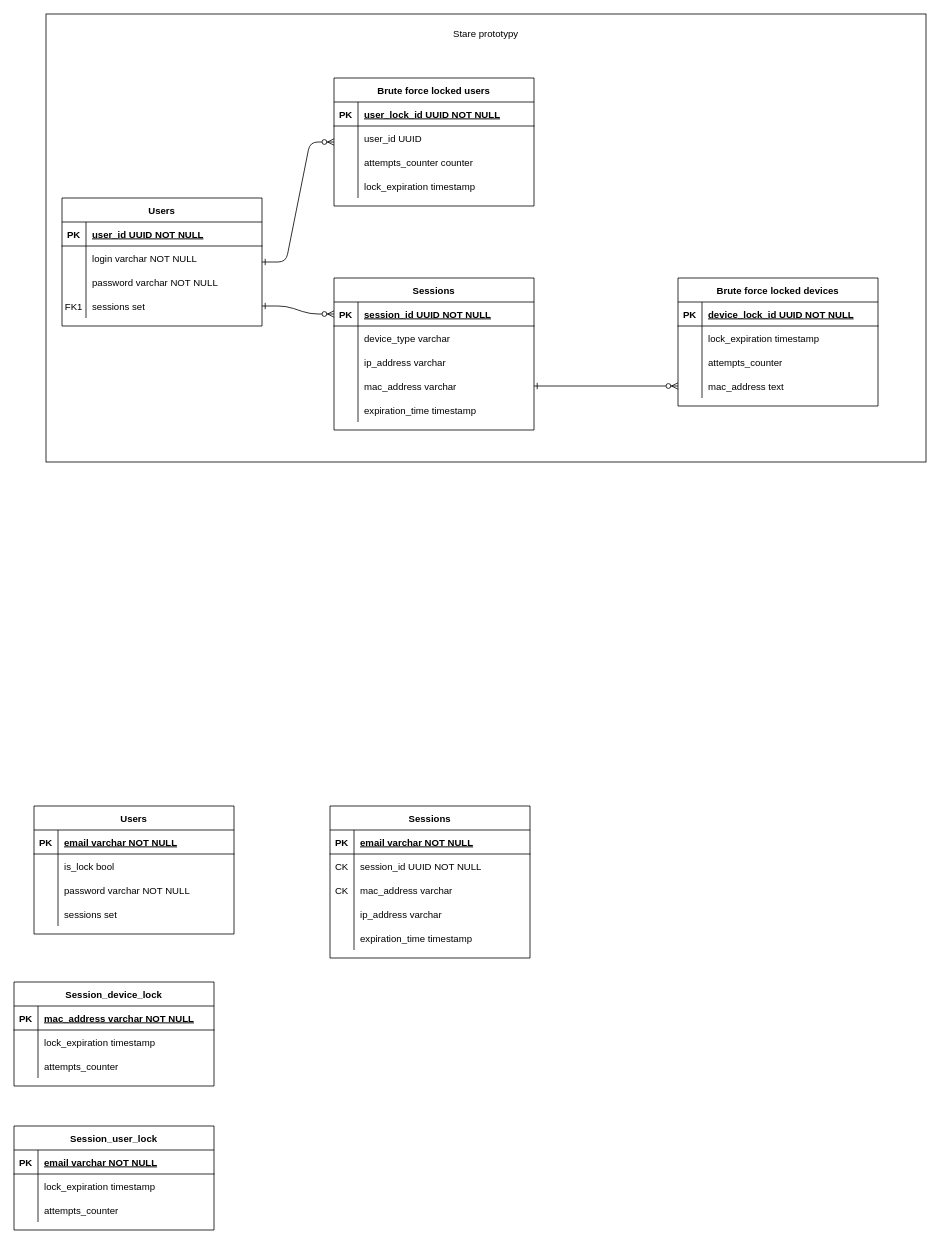
This is docs/DB_schema.drawio from CoyotWilly/CaSSO, a draw.io file, before an edit. Source tidied: cells renumbered, new cells numbered last; positions are measured from the earlier drawing's top-left corner, leaving out a move shared by most shapes. Both pictures are drawn from the tidied source at 80%, with x=0, y=0 at pixel (14, 14).
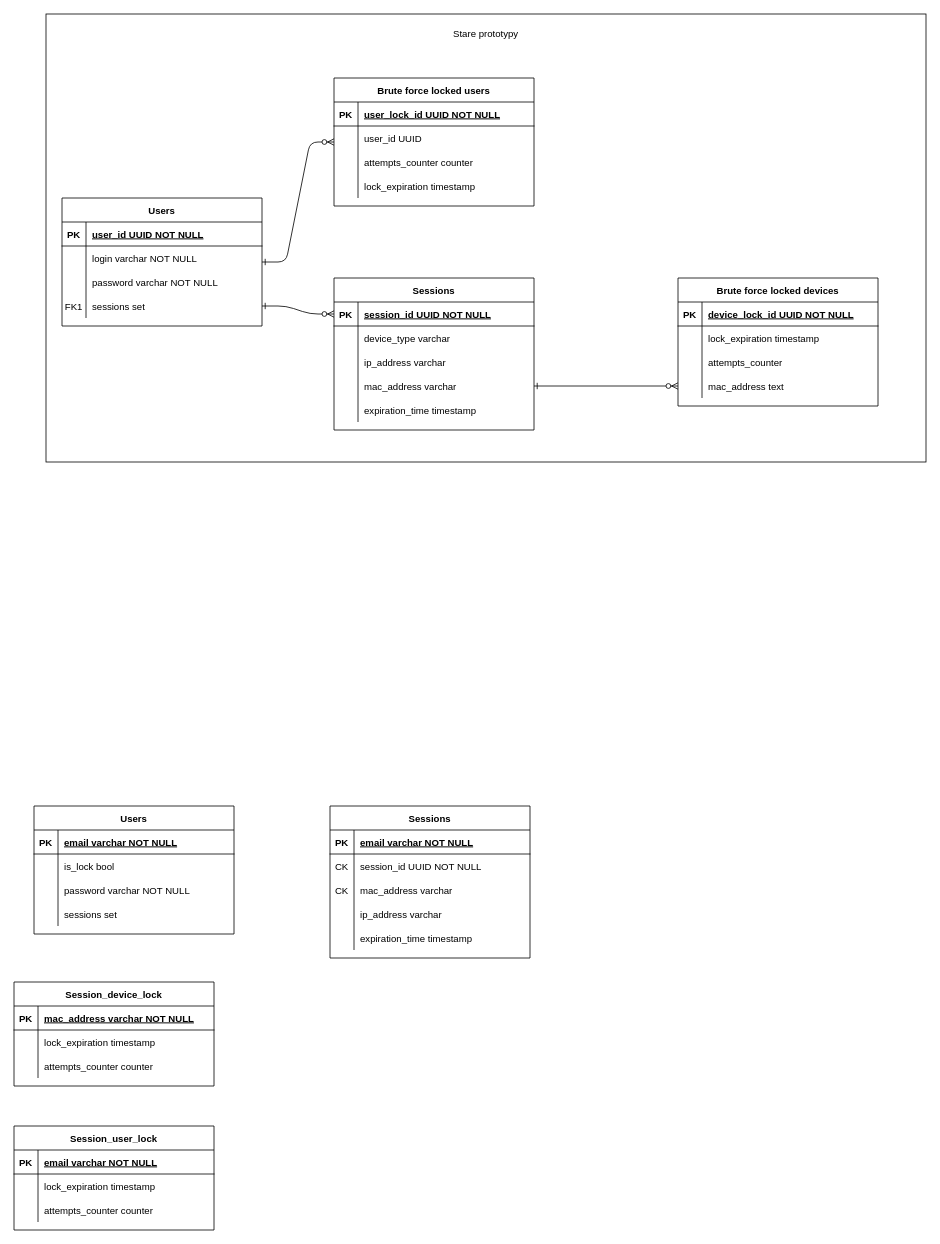
The same diagram, later.

Unchanged cells that the change refers to:
```xml
<mxCell id="98" style="shape=partialRectangle;fillColor=none;top=0;left=0;right=0;bottom=0;" parent="91" vertex="1">
  <mxGeometry y="90" width="250" height="30" as="geometry" />
</mxCell>
<mxCell id="108" style="shape=partialRectangle;fillColor=none;top=0;left=0;right=0;bottom=0;" parent="101" vertex="1">
  <mxGeometry y="90" width="250" height="30" as="geometry" />
</mxCell>
```

The edit, as a diff of the source:
```diff
@@
-    <mxCell id="100" value="attempts_counter" style="shape=partialRectangle;overflow=hidden;fillColor=none;top=0;left=0;bottom=0;right=0;align=left;spacingLeft=6;" parent="98" vertex="1">
+    <mxCell id="100" value="attempts_counter counter" style="shape=partialRectangle;overflow=hidden;fillColor=none;top=0;left=0;bottom=0;right=0;align=left;spacingLeft=6;" parent="98" vertex="1">
       <mxGeometry x="30" width="220" height="30" as="geometry" />
     </mxCell>
@@
-    <mxCell id="110" value="attempts_counter" style="shape=partialRectangle;overflow=hidden;fillColor=none;top=0;left=0;bottom=0;right=0;align=left;spacingLeft=6;" parent="108" vertex="1">
+    <mxCell id="110" value="attempts_counter counter" style="shape=partialRectangle;overflow=hidden;fillColor=none;top=0;left=0;bottom=0;right=0;align=left;spacingLeft=6;" parent="108" vertex="1">
       <mxGeometry x="30" width="220" height="30" as="geometry" />
     </mxCell>
```
